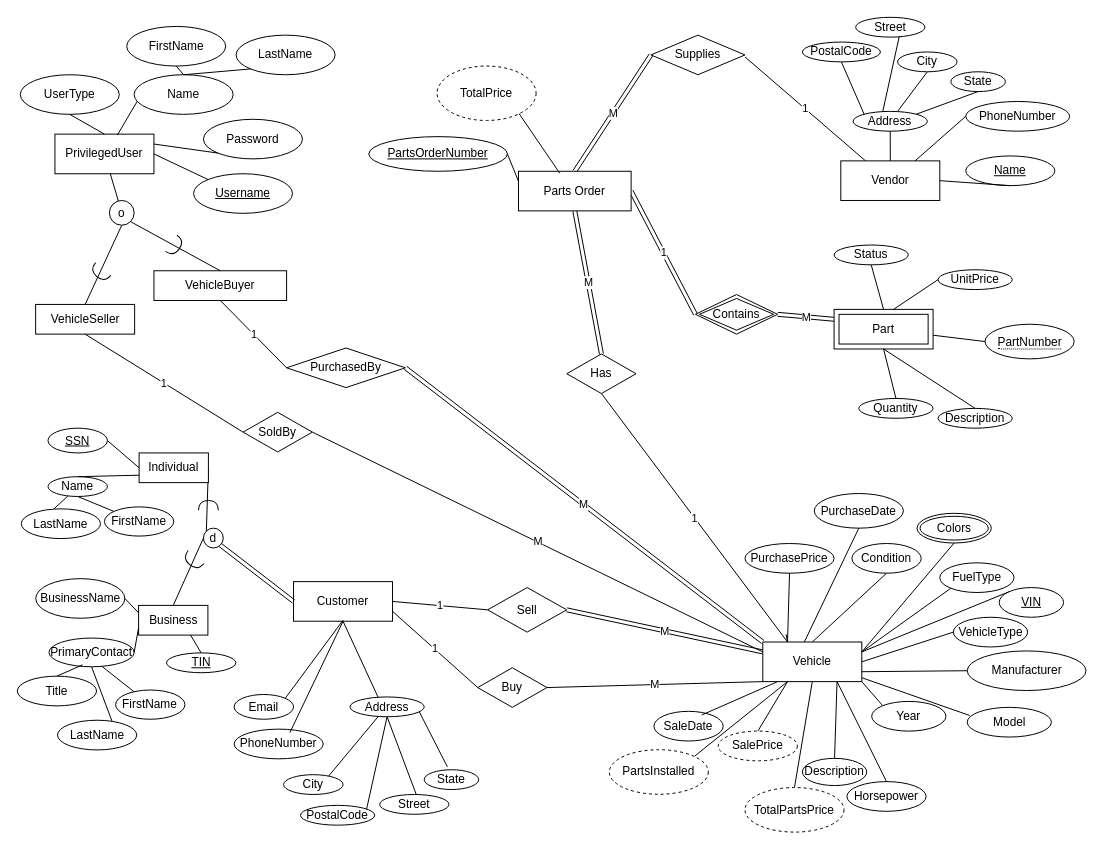
Earlier version of the draw.io diagram Phase_1/team006_p1_eer.drawio (rkang427/autodb). Source tidied: cells renumbered, new cells numbered last; positions are measured from the earlier drawing's top-left corner, leaving out a move shared by most shapes. Both pictures are drawn from the tidied source at 99%, with x=0, y=0 at pixel (17, 17).
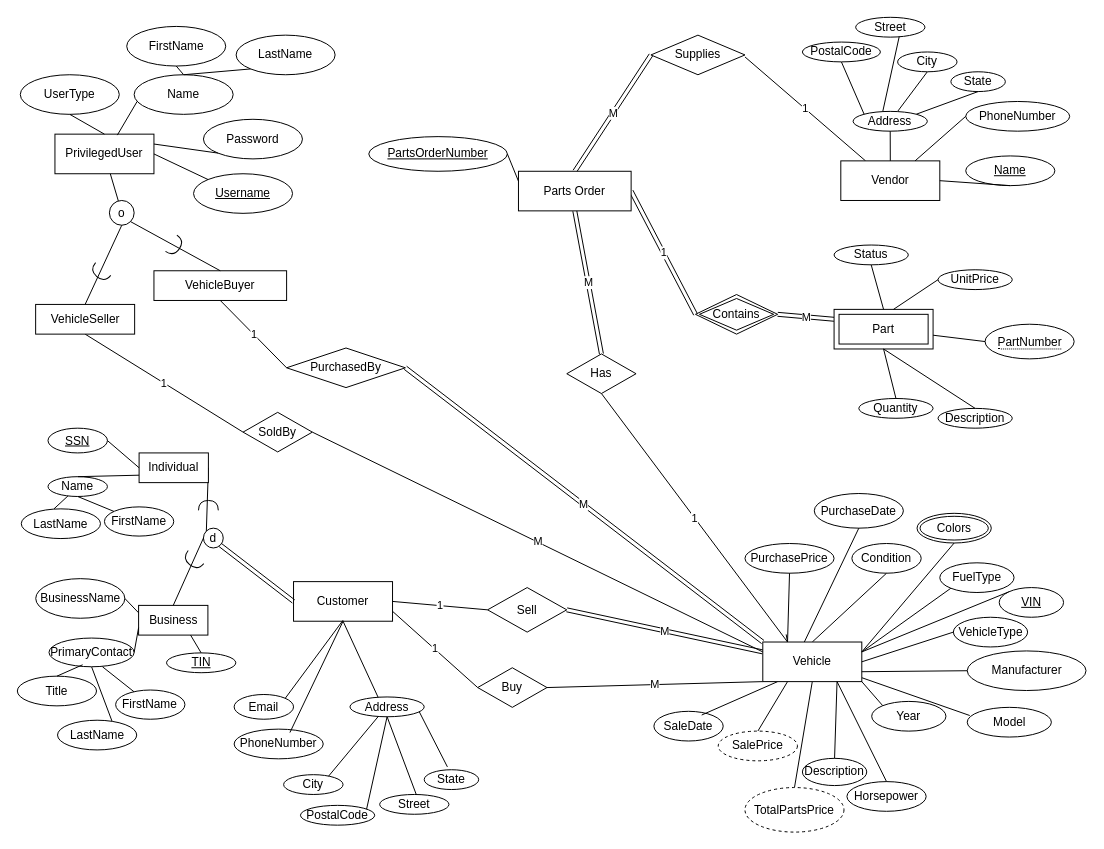
The same diagram, later.

Commit message (it also covers changes not shown here):
remove unused Total Parts Price and Parts Installed

The change refers to these unchanged cells:
```xml
<mxCell id="25" value="Vehicle" style="whiteSpace=wrap;html=1;align=center;" parent="1" vertex="1">
  <mxGeometry x="753" y="631" width="100" height="40" as="geometry" />
</mxCell>
```

The edit, as a diff of the source:
```diff
@@
-    <mxCell id="53" style="endArrow=none;html=1;rounded=0;entryX=0.25;entryY=1;entryDx=0;entryDy=0;exitX=1;exitY=0;exitDx=0;exitDy=0;" parent="1" edge="1" source="54" target="25">
-      <mxGeometry relative="1" as="geometry" />
-    </mxCell>
-    <mxCell id="54" value="PartsInstalled" style="ellipse;whiteSpace=wrap;html=1;align=center;dashed=1;" parent="1" vertex="1">
-      <mxGeometry x="598" y="739.8" width="100" height="45" as="geometry" />
-    </mxCell>
@@
-    <mxCell id="126" style="group;" parent="1" vertex="1">
-      <mxGeometry x="355" y="49.2" width="265" height="146.3" as="geometry" />
-    </mxCell>
-    <mxCell id="127" value="Parts Order" style="shape=ext;margin=3;double=0;whiteSpace=wrap;html=1;align=center;" parent="126" vertex="1">
-      <mxGeometry x="151.2" y="106.3" width="113.8" height="40" as="geometry" />
-    </mxCell>
-    <mxCell id="128" value="&lt;u&gt;PartsOrderNumber&lt;/u&gt;" style="ellipse;whiteSpace=wrap;html=1;align=center;" parent="126" vertex="1">
-      <mxGeometry y="71.3" width="140" height="35" as="geometry" />
-    </mxCell>
-    <mxCell id="129" style="endArrow=none;html=1;rounded=0;exitX=1;exitY=0.5;exitDx=0;exitDy=0;entryX=0;entryY=0.25;entryDx=0;entryDy=0;" parent="126" edge="1" source="128" target="127">
-      <mxGeometry relative="1" as="geometry" />
-    </mxCell>
-    <mxCell id="130" style="endArrow=none;html=1;rounded=0;exitX=0.367;exitY=0.05;exitDx=0;exitDy=0;exitPerimeter=0;entryX=0.5;entryY=0;entryDx=0;entryDy=0;" parent="126" edge="1" source="127" target="131">
-      <mxGeometry relative="1" as="geometry" />
-    </mxCell>
-    <mxCell id="131" value="TotalPrice" style="ellipse;whiteSpace=wrap;html=1;align=center;dashed=1;" parent="126" vertex="1">
-      <mxGeometry x="69" width="100" height="55" as="geometry" />
-    </mxCell>
@@
+    <mxCell id="127" value="Parts Order" style="shape=ext;margin=3;double=0;whiteSpace=wrap;html=1;align=center;" parent="1" vertex="1">
+      <mxGeometry x="506.2" y="155.5" width="113.8" height="40" as="geometry" />
+    </mxCell>
+    <mxCell id="128" value="&lt;u&gt;PartsOrderNumber&lt;/u&gt;" style="ellipse;whiteSpace=wrap;html=1;align=center;" parent="1" vertex="1">
+      <mxGeometry x="355" y="120.5" width="140" height="35" as="geometry" />
+    </mxCell>
+    <mxCell id="129" style="endArrow=none;html=1;rounded=0;exitX=1;exitY=0.5;exitDx=0;exitDy=0;entryX=0;entryY=0.25;entryDx=0;entryDy=0;" parent="1" edge="1" source="128" target="127">
+      <mxGeometry relative="1" as="geometry" />
+    </mxCell>
```
